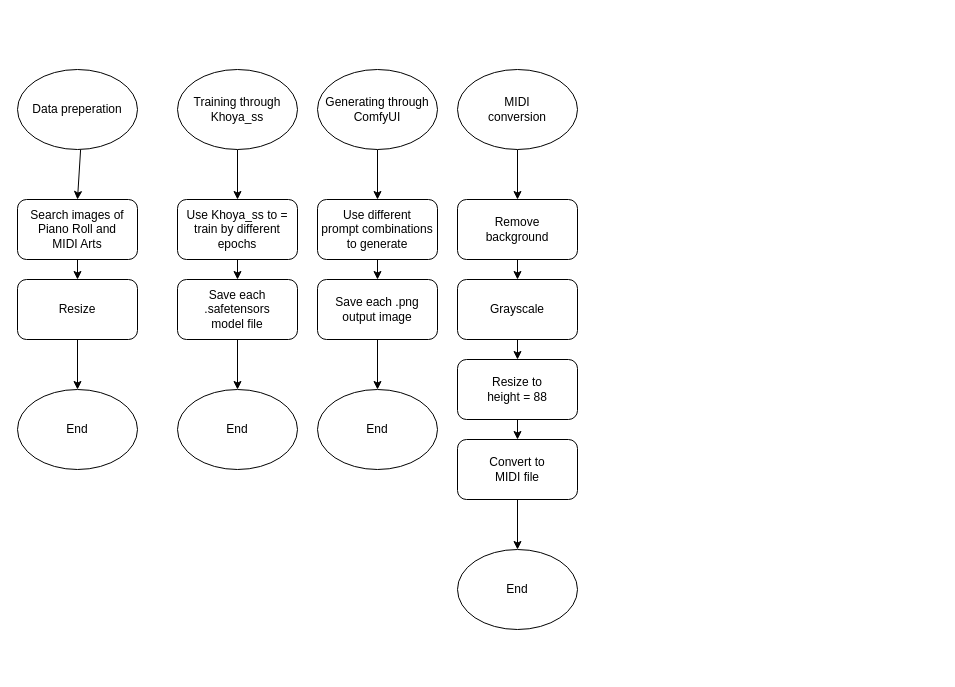
This is flow.drawio from LunaticGhoulPiano/MIDI-Art-Generator, a draw.io file, before an edit. Source tidied: cells renumbered, new cells numbered last; positions are measured from the earlier drawing's top-left corner, leaving out a move shared by most shapes. Both pictures are drawn from the tidied source at 100%, with x=0, y=0 at pixel (17, 69).
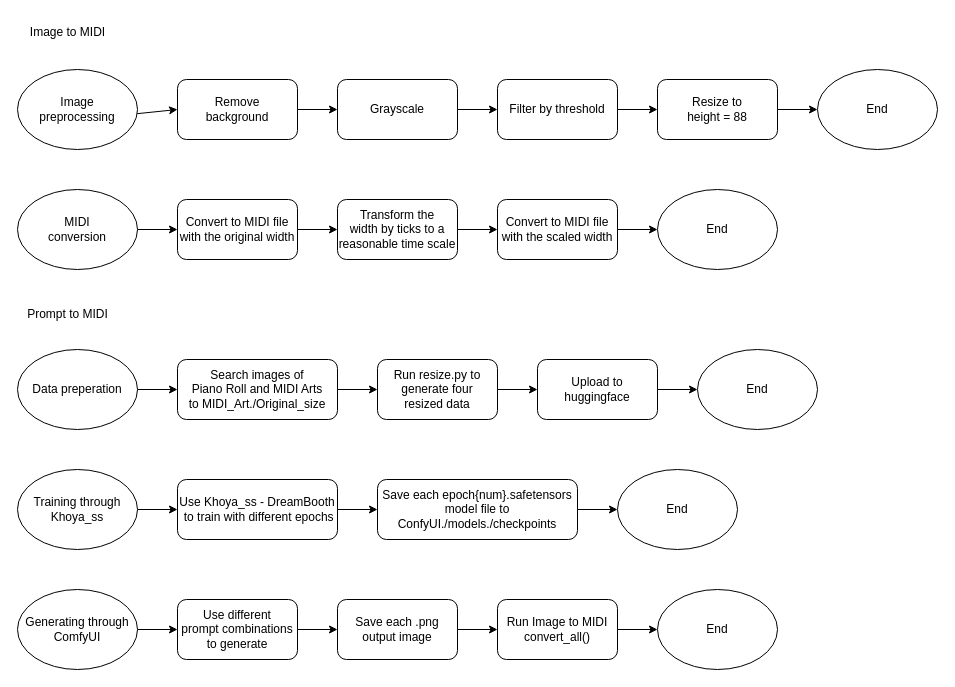
After the change.

What changed in the source:
```diff
@@
-<mxGraphModel>
+<mxGraphModel background="#FFFFFF">
@@
-    <mxCell id="2" style="edgeStyle=none;html=1;" parent="1" edge="1" source="3" target="24">
-      <mxGeometry relative="1" as="geometry" />
-    </mxCell>
-    <mxCell id="3" value="Training through&lt;div&gt;Khoya_ss&lt;/div&gt;" style="ellipse;whiteSpace=wrap;html=1;" parent="1" vertex="1">
-      <mxGeometry x="160" width="120" height="80" as="geometry" />
-    </mxCell>
-    <mxCell id="4" value="End" style="ellipse;whiteSpace=wrap;html=1;" parent="1" vertex="1">
-      <mxGeometry x="160" y="320" width="120" height="80" as="geometry" />
-    </mxCell>
@@
-    <mxCell id="6" value="MIDI&lt;div&gt;conversion&lt;/div&gt;" style="ellipse;whiteSpace=wrap;html=1;" parent="1" vertex="1">
-      <mxGeometry x="440" width="120" height="80" as="geometry" />
+    <mxCell id="6" value="Image&lt;div&gt;preprocessing&lt;/div&gt;" style="ellipse;whiteSpace=wrap;html=1;" parent="1" vertex="1">
+      <mxGeometry width="120" height="80" as="geometry" />
     </mxCell>
-    <mxCell id="7" value="End" style="ellipse;whiteSpace=wrap;html=1;" parent="1" vertex="1">
-      <mxGeometry x="440" y="480" width="120" height="80" as="geometry" />
-    </mxCell>
-    <mxCell id="8" style="edgeStyle=none;html=1;exitX=0.5;exitY=1;exitDx=0;exitDy=0;entryX=0.5;entryY=0;entryDx=0;entryDy=0;" parent="1" edge="1" source="9" target="11">
+    <mxCell id="8" style="edgeStyle=none;html=1;exitX=1;exitY=0.5;exitDx=0;exitDy=0;entryX=0;entryY=0.5;entryDx=0;entryDy=0;" parent="1" edge="1" source="9" target="11">
       <mxGeometry relative="1" as="geometry" />
     </mxCell>
     <mxCell id="9" value="Remove&lt;div&gt;background&lt;/div&gt;" style="rounded=1;whiteSpace=wrap;html=1;" parent="1" vertex="1">
-      <mxGeometry x="440" y="130" width="120" height="60" as="geometry" />
+      <mxGeometry x="160" y="10" width="120" height="60" as="geometry" />
     </mxCell>
-    <mxCell id="10" style="edgeStyle=none;html=1;exitX=0.5;exitY=1;exitDx=0;exitDy=0;entryX=0.5;entryY=0;entryDx=0;entryDy=0;" parent="1" edge="1" source="11" target="13">
-      <mxGeometry relative="1" as="geometry" />
-    </mxCell>
+    <mxCell id="34" style="edgeStyle=none;html=1;exitX=1;exitY=0.5;exitDx=0;exitDy=0;entryX=0;entryY=0.5;entryDx=0;entryDy=0;" parent="1" edge="1" source="11" target="38">
+      <mxGeometry relative="1" as="geometry" />
+    </mxCell>
     <mxCell id="11" value="Grayscale" style="rounded=1;whiteSpace=wrap;html=1;" parent="1" vertex="1">
-      <mxGeometry x="440" y="210" width="120" height="60" as="geometry" />
+      <mxGeometry x="320" y="10" width="120" height="60" as="geometry" />
     </mxCell>
-    <mxCell id="12" style="edgeStyle=none;html=1;" parent="1" edge="1" source="13" target="15">
-      <mxGeometry relative="1" as="geometry" />
-    </mxCell>
+    <mxCell id="35" value="End" style="ellipse;whiteSpace=wrap;html=1;" parent="1" vertex="1">
+      <mxGeometry x="800" width="120" height="80" as="geometry" />
+    </mxCell>
+    <mxCell id="36" style="edgeStyle=none;html=1;exitX=1;exitY=0.5;exitDx=0;exitDy=0;entryX=0;entryY=0.5;entryDx=0;entryDy=0;" parent="1" edge="1" source="13" target="35">
+      <mxGeometry relative="1" as="geometry" />
+    </mxCell>
     <mxCell id="13" value="Resize to&lt;div&gt;height = 88&lt;/div&gt;" style="rounded=1;whiteSpace=wrap;html=1;" parent="1" vertex="1">
-      <mxGeometry x="440" y="290" width="120" height="60" as="geometry" />
+      <mxGeometry x="640" y="10" width="120" height="60" as="geometry" />
     </mxCell>
-    <mxCell id="14" style="edgeStyle=none;html=1;" parent="1" edge="1" source="15" target="7">
-      <mxGeometry relative="1" as="geometry" />
-    </mxCell>
-    <mxCell id="15" value="Convert to&lt;div&gt;MIDI file&lt;/div&gt;" style="rounded=1;whiteSpace=wrap;html=1;" parent="1" vertex="1">
-      <mxGeometry x="440" y="370" width="120" height="60" as="geometry" />
-    </mxCell>
-    <mxCell id="16" style="edgeStyle=none;html=1;" parent="1" edge="1" source="17" target="19">
-      <mxGeometry relative="1" as="geometry" />
-    </mxCell>
+    <mxCell id="37" style="edgeStyle=none;html=1;exitX=1;exitY=0.5;exitDx=0;exitDy=0;entryX=0;entryY=0.5;entryDx=0;entryDy=0;" parent="1" edge="1" source="38" target="13">
+      <mxGeometry relative="1" as="geometry" />
+    </mxCell>
+    <mxCell id="38" value="Filter by threshold" style="rounded=1;whiteSpace=wrap;html=1;" parent="1" vertex="1">
+      <mxGeometry x="480" y="10" width="120" height="60" as="geometry" />
+    </mxCell>
+    <mxCell id="39" style="edgeStyle=none;html=1;exitX=1;exitY=0.5;exitDx=0;exitDy=0;entryX=0;entryY=0.5;entryDx=0;entryDy=0;" parent="1" edge="1" source="3" target="48">
+      <mxGeometry relative="1" as="geometry" />
+    </mxCell>
+    <mxCell id="3" value="Training through&lt;div&gt;Khoya_ss&lt;/div&gt;" style="ellipse;whiteSpace=wrap;html=1;" parent="1" vertex="1">
+      <mxGeometry y="400" width="120" height="80" as="geometry" />
+    </mxCell>
+    <mxCell id="40" value="End" style="ellipse;whiteSpace=wrap;html=1;" parent="1" vertex="1">
+      <mxGeometry x="600" y="400" width="120" height="80" as="geometry" />
+    </mxCell>
+    <mxCell id="41" style="edgeStyle=none;html=1;exitX=1;exitY=0.5;exitDx=0;exitDy=0;entryX=0;entryY=0.5;entryDx=0;entryDy=0;" parent="1" edge="1" source="17" target="43">
+      <mxGeometry relative="1" as="geometry" />
+    </mxCell>
     <mxCell id="17" value="Data preperation" style="ellipse;whiteSpace=wrap;html=1;" parent="1" vertex="1">
-      <mxGeometry width="120" height="80" as="geometry" />
+      <mxGeometry y="280" width="120" height="80" as="geometry" />
     </mxCell>
-    <mxCell id="18" style="edgeStyle=none;html=1;" parent="1" edge="1" source="19" target="21">
-      <mxGeometry relative="1" as="geometry" />
-    </mxCell>
-    <mxCell id="19" value="Search images of&lt;div&gt;Piano Roll and&lt;/div&gt;&lt;div&gt;MIDI Arts&lt;/div&gt;" style="rounded=1;whiteSpace=wrap;html=1;" parent="1" vertex="1">
-      <mxGeometry y="130" width="120" height="60" as="geometry" />
-    </mxCell>
-    <mxCell id="20" style="edgeStyle=none;html=1;" parent="1" edge="1" source="21" target="22">
-      <mxGeometry relative="1" as="geometry" />
-    </mxCell>
-    <mxCell id="21" value="Resize" style="rounded=1;whiteSpace=wrap;html=1;" parent="1" vertex="1">
-      <mxGeometry y="210" width="120" height="60" as="geometry" />
-    </mxCell>
-    <mxCell id="22" value="End" style="ellipse;whiteSpace=wrap;html=1;" parent="1" vertex="1">
-      <mxGeometry y="320" width="120" height="80" as="geometry" />
-    </mxCell>
-    <mxCell id="23" style="edgeStyle=none;html=1;" parent="1" edge="1" source="24" target="26">
-      <mxGeometry relative="1" as="geometry" />
-    </mxCell>
-    <mxCell id="24" value="Use Khoya_ss to =&lt;div&gt;train by different&lt;/div&gt;&lt;div&gt;epochs&lt;/div&gt;" style="rounded=1;whiteSpace=wrap;html=1;" parent="1" vertex="1">
-      <mxGeometry x="160" y="130" width="120" height="60" as="geometry" />
-    </mxCell>
-    <mxCell id="25" style="edgeStyle=none;html=1;" parent="1" edge="1" source="26" target="4">
-      <mxGeometry relative="1" as="geometry" />
-    </mxCell>
-    <mxCell id="26" value="Save each&lt;div&gt;.safetensors&lt;/div&gt;&lt;div&gt;model file&lt;/div&gt;" style="rounded=1;whiteSpace=wrap;html=1;" parent="1" vertex="1">
-      <mxGeometry x="160" y="210" width="120" height="60" as="geometry" />
-    </mxCell>
+    <mxCell id="42" style="edgeStyle=none;html=1;exitX=1;exitY=0.5;exitDx=0;exitDy=0;entryX=0;entryY=0.5;entryDx=0;entryDy=0;" parent="1" edge="1" source="43" target="45">
+      <mxGeometry relative="1" as="geometry" />
+    </mxCell>
+    <mxCell id="43" value="Search images of&lt;div&gt;&lt;span style=&quot;background-color: transparent;&quot;&gt;Piano Roll and&amp;nbsp;&lt;/span&gt;&lt;span style=&quot;background-color: transparent;&quot;&gt;MIDI Arts&lt;/span&gt;&lt;/div&gt;&lt;div&gt;&lt;span style=&quot;background-color: transparent;&quot;&gt;to MIDI_Art./Original_size&lt;/span&gt;&lt;/div&gt;" style="rounded=1;whiteSpace=wrap;html=1;" parent="1" vertex="1">
+      <mxGeometry x="160" y="290" width="160" height="60" as="geometry" />
+    </mxCell>
+    <mxCell id="44" style="edgeStyle=none;html=1;" parent="1" edge="1" source="45" target="65">
+      <mxGeometry relative="1" as="geometry" />
+    </mxCell>
+    <mxCell id="45" value="Run resize.py to&lt;div&gt;generate four&lt;/div&gt;&lt;div&gt;resized data&lt;/div&gt;" style="rounded=1;whiteSpace=wrap;html=1;" parent="1" vertex="1">
+      <mxGeometry x="360" y="290" width="120" height="60" as="geometry" />
+    </mxCell>
+    <mxCell id="46" value="End" style="ellipse;whiteSpace=wrap;html=1;" parent="1" vertex="1">
+      <mxGeometry x="680" y="280" width="120" height="80" as="geometry" />
+    </mxCell>
+    <mxCell id="47" style="edgeStyle=none;html=1;" parent="1" edge="1" source="48" target="50">
+      <mxGeometry relative="1" as="geometry" />
+    </mxCell>
+    <mxCell id="48" value="Use Khoya_ss - DreamBooth&lt;div&gt;&amp;nbsp;to &lt;span style=&quot;background-color: transparent;&quot;&gt;train with different&amp;nbsp;&lt;/span&gt;&lt;span style=&quot;background-color: transparent;&quot;&gt;epochs&lt;/span&gt;&lt;/div&gt;" style="rounded=1;whiteSpace=wrap;html=1;" parent="1" vertex="1">
+      <mxGeometry x="160" y="410" width="160" height="60" as="geometry" />
+    </mxCell>
+    <mxCell id="49" style="edgeStyle=none;html=1;" parent="1" edge="1" source="50" target="40">
+      <mxGeometry relative="1" as="geometry" />
+    </mxCell>
+    <mxCell id="50" value="Save each epoch{num}&lt;span style=&quot;background-color: transparent;&quot;&gt;.safetensors&lt;/span&gt;&lt;div&gt;&lt;span style=&quot;background-color: transparent;&quot;&gt;model file to ConfyUI./models./checkpoints&lt;/span&gt;&lt;/div&gt;" style="rounded=1;whiteSpace=wrap;html=1;" parent="1" vertex="1">
+      <mxGeometry x="360" y="410" width="200" height="60" as="geometry" />
+    </mxCell>
@@
     <mxCell id="28" value="Generating through&lt;div&gt;ComfyUI&lt;/div&gt;" style="ellipse;whiteSpace=wrap;html=1;" parent="1" vertex="1">
-      <mxGeometry x="300" width="120" height="80" as="geometry" />
+      <mxGeometry y="520" width="120" height="80" as="geometry" />
     </mxCell>
@@
     <mxCell id="30" value="Use different&lt;div&gt;prompt combinations&lt;/div&gt;&lt;div&gt;to generate&lt;/div&gt;" style="rounded=1;whiteSpace=wrap;html=1;" parent="1" vertex="1">
-      <mxGeometry x="300" y="130" width="120" height="60" as="geometry" />
+      <mxGeometry x="160" y="530" width="120" height="60" as="geometry" />
     </mxCell>
-    <mxCell id="31" value="End" style="ellipse;whiteSpace=wrap;html=1;" parent="1" vertex="1">
-      <mxGeometry x="300" y="320" width="120" height="80" as="geometry" />
-    </mxCell>
-    <mxCell id="32" style="edgeStyle=none;html=1;" parent="1" edge="1" source="33" target="31">
-      <mxGeometry relative="1" as="geometry" />
-    </mxCell>
+    <mxCell id="51" value="End" style="ellipse;whiteSpace=wrap;html=1;" parent="1" vertex="1">
+      <mxGeometry x="640" y="520" width="120" height="80" as="geometry" />
+    </mxCell>
+    <mxCell id="52" style="edgeStyle=none;html=1;" parent="1" edge="1" source="33" target="67">
+      <mxGeometry relative="1" as="geometry" />
+    </mxCell>
     <mxCell id="33" value="Save each&amp;nbsp;&lt;span style=&quot;background-color: transparent;&quot;&gt;.png&lt;/span&gt;&lt;div&gt;&lt;span style=&quot;background-color: transparent;&quot;&gt;output&amp;nbsp;&lt;/span&gt;&lt;span style=&quot;background-color: transparent;&quot;&gt;image&lt;/span&gt;&lt;/div&gt;" style="rounded=1;whiteSpace=wrap;html=1;" parent="1" vertex="1">
-      <mxGeometry x="300" y="210" width="120" height="60" as="geometry" />
+      <mxGeometry x="320" y="530" width="120" height="60" as="geometry" />
     </mxCell>
+    <mxCell id="53" style="edgeStyle=none;html=1;" parent="1" edge="1" source="54" target="58">
+      <mxGeometry relative="1" as="geometry" />
+    </mxCell>
+    <mxCell id="54" value="Convert to&amp;nbsp;&lt;span style=&quot;background-color: transparent;&quot;&gt;MIDI file&lt;/span&gt;&lt;div&gt;&lt;span style=&quot;background-color: transparent;&quot;&gt;with the original width&lt;/span&gt;&lt;/div&gt;" style="rounded=1;whiteSpace=wrap;html=1;" parent="1" vertex="1">
+      <mxGeometry x="160" y="130" width="120" height="60" as="geometry" />
+    </mxCell>
+    <mxCell id="55" style="edgeStyle=none;html=1;" parent="1" edge="1" source="56" target="54">
+      <mxGeometry relative="1" as="geometry" />
+    </mxCell>
+    <mxCell id="56" value="MIDI&lt;div&gt;conversion&lt;/div&gt;" style="ellipse;whiteSpace=wrap;html=1;" parent="1" vertex="1">
+      <mxGeometry y="120" width="120" height="80" as="geometry" />
+    </mxCell>
+    <mxCell id="57" style="edgeStyle=none;html=1;" parent="1" edge="1" source="58" target="60">
+      <mxGeometry relative="1" as="geometry" />
+    </mxCell>
+    <mxCell id="58" value="Transform the width&amp;nbsp;&lt;span style=&quot;background-color: transparent;&quot;&gt;by ticks to a reasonable time scale&lt;/span&gt;" style="rounded=1;whiteSpace=wrap;html=1;" parent="1" vertex="1">
+      <mxGeometry x="320" y="130" width="120" height="60" as="geometry" />
+    </mxCell>
+    <mxCell id="59" style="edgeStyle=none;html=1;" parent="1" edge="1" source="60" target="61">
+      <mxGeometry relative="1" as="geometry" />
+    </mxCell>
+    <mxCell id="60" value="Convert to MIDI file&lt;div&gt;with the scaled width&lt;/div&gt;" style="rounded=1;whiteSpace=wrap;html=1;" parent="1" vertex="1">
+      <mxGeometry x="480" y="130" width="120" height="60" as="geometry" />
+    </mxCell>
+    <mxCell id="61" value="End" style="ellipse;whiteSpace=wrap;html=1;" parent="1" vertex="1">
+      <mxGeometry x="640" y="120" width="120" height="80" as="geometry" />
+    </mxCell>
+    <mxCell id="62" value="Image to MIDI" style="text;html=1;align=center;verticalAlign=middle;strokeColor=none;fillColor=none;" parent="1" vertex="1">
+      <mxGeometry y="-52" width="100" height="30" as="geometry" />
+    </mxCell>
+    <mxCell id="63" value="Prompt to MIDI" style="text;html=1;align=center;verticalAlign=middle;strokeColor=none;fillColor=none;" parent="1" vertex="1">
+      <mxGeometry y="230" width="100" height="30" as="geometry" />
+    </mxCell>
+    <mxCell id="64" style="edgeStyle=none;html=1;" parent="1" edge="1" source="65" target="46">
+      <mxGeometry relative="1" as="geometry" />
+    </mxCell>
+    <mxCell id="65" value="Upload to huggingface" style="rounded=1;whiteSpace=wrap;html=1;" parent="1" vertex="1">
+      <mxGeometry x="520" y="290" width="120" height="60" as="geometry" />
+    </mxCell>
+    <mxCell id="66" style="edgeStyle=none;html=1;" parent="1" edge="1" source="67" target="51">
+      <mxGeometry relative="1" as="geometry" />
+    </mxCell>
+    <mxCell id="67" value="Run Image to MIDI&lt;div&gt;convert_all()&lt;/div&gt;" style="rounded=1;whiteSpace=wrap;html=1;" parent="1" vertex="1">
+      <mxGeometry x="480" y="530" width="120" height="60" as="geometry" />
+    </mxCell>
```
